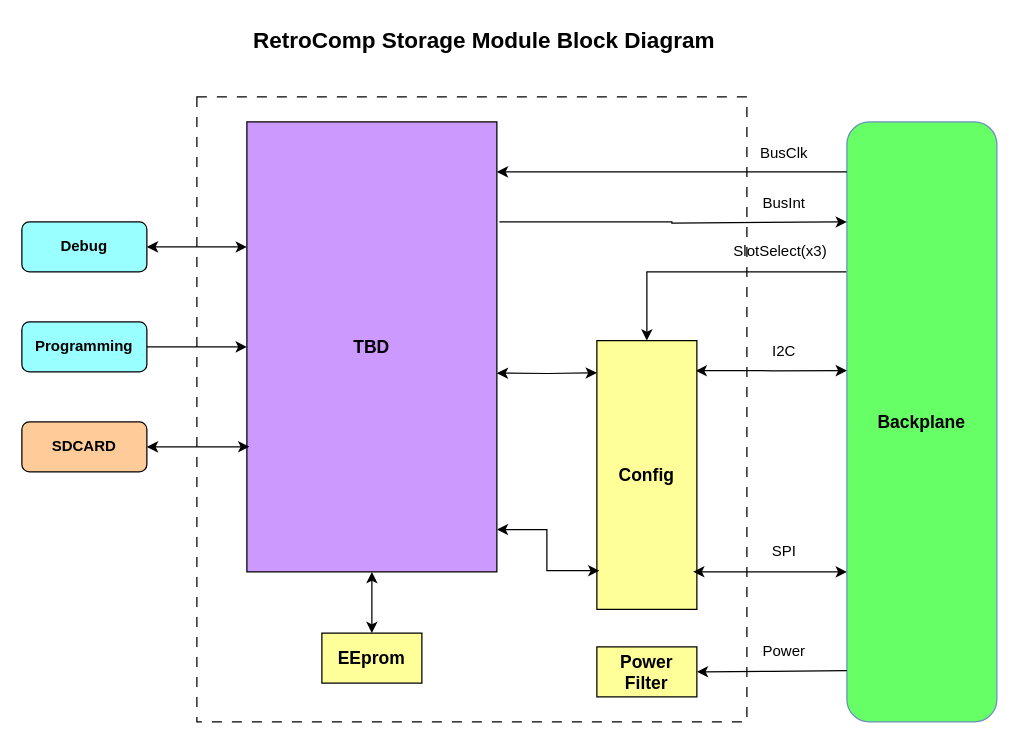
The draw.io diagram docs/RetroComp-Storage-Block-Diagram.drawio in dervish77/RetroComp, before the edit. Source tidied: cells renumbered, new cells numbered last; positions are measured from the earlier drawing's top-left corner, leaving out a move shared by most shapes. Both pictures are drawn from the tidied source at 125%, with x=0, y=0 at pixel (21, 21).
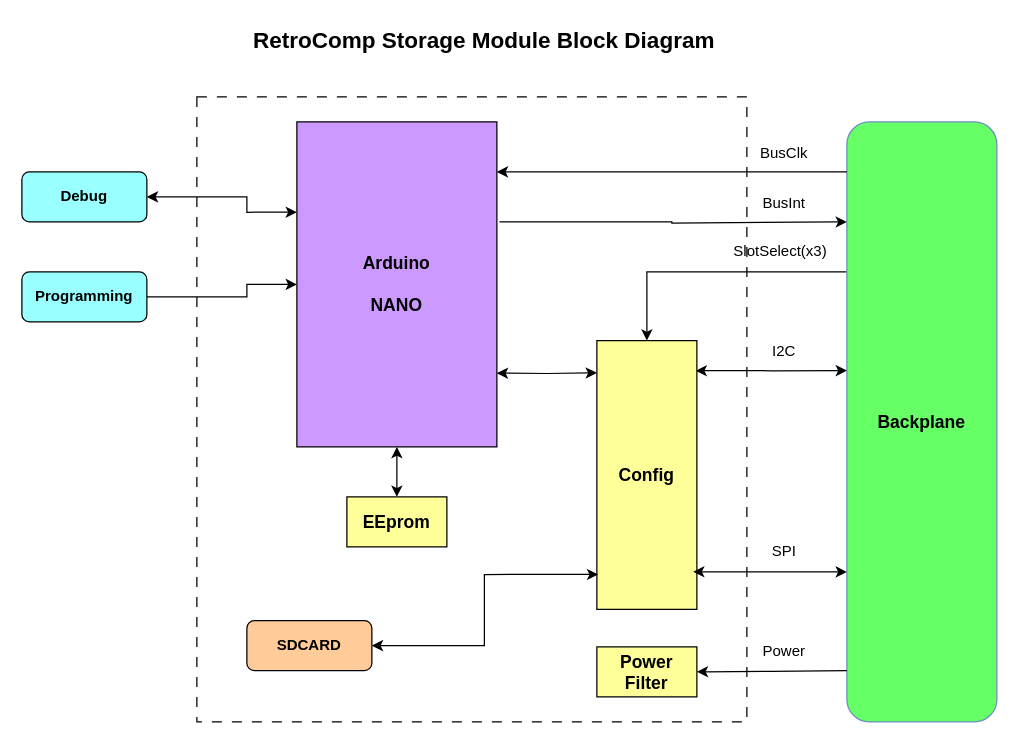
After the change.

Commit message (it also covers changes not shown here):
modified diagrams to reflect using arduino nano instead of uno

Unchanged cells that the change refers to:
```xml
<mxCell id="26" value="&lt;span style=&quot;font-size: 14px;&quot;&gt;&lt;b&gt;Config&lt;/b&gt;&lt;/span&gt;" style="rounded=0;whiteSpace=wrap;html=1;fillColor=#FFFF99;" parent="1" vertex="1">
  <mxGeometry x="460" y="255" width="80" height="215" as="geometry" />
</mxCell>
```

Diff of the diagram source:
```diff
@@
     <mxCell id="5" value="&lt;b&gt;Debug&lt;/b&gt;" style="rounded=1;whiteSpace=wrap;html=1;fillColor=#99FFFF;" parent="1" vertex="1">
-      <mxGeometry y="160" width="100" height="40" as="geometry" />
+      <mxGeometry y="120" width="100" height="40" as="geometry" />
     </mxCell>
@@
-    <mxCell id="7" value="&lt;span style=&quot;font-size: 14px;&quot;&gt;&lt;b&gt;TBD&lt;/b&gt;&lt;/span&gt;" style="rounded=0;whiteSpace=wrap;html=1;fillColor=#CC99FF;" parent="1" vertex="1">
-      <mxGeometry x="180" y="80" width="200" height="360" as="geometry" />
+    <mxCell id="7" value="&lt;span style=&quot;font-size: 14px;&quot;&gt;&lt;b&gt;Arduino&lt;/b&gt;&lt;/span&gt;&lt;div&gt;&lt;span style=&quot;font-size: 14px;&quot;&gt;&lt;b&gt;&lt;br&gt;&lt;/b&gt;&lt;/span&gt;&lt;/div&gt;&lt;div&gt;&lt;span style=&quot;font-size: 14px;&quot;&gt;&lt;b&gt;NANO&lt;/b&gt;&lt;/span&gt;&lt;/div&gt;" style="rounded=0;whiteSpace=wrap;html=1;fillColor=#CC99FF;" parent="1" vertex="1">
+      <mxGeometry x="220" y="80" width="160" height="260" as="geometry" />
     </mxCell>
@@
     <mxCell id="18" style="edgeStyle=orthogonalEdgeStyle;rounded=0;jettySize=auto;html=1;exitX=1;exitY=0.5;exitDx=0;exitDy=0;entryX=0;entryY=0.5;entryDx=0;entryDy=0;" parent="1" edge="1" source="19" target="7">
-      <mxGeometry relative="1" as="geometry" />
+      <mxGeometry relative="1" as="geometry">
+        <Array as="points">
+          <mxPoint x="180" y="220" />
+        </Array>
+      </mxGeometry>
     </mxCell>
     <mxCell id="19" value="&lt;b&gt;Programming&lt;/b&gt;" style="rounded=1;whiteSpace=wrap;html=1;fillColor=#99FFFF;" parent="1" vertex="1">
-      <mxGeometry y="240" width="100" height="40" as="geometry" />
+      <mxGeometry y="200" width="100" height="40" as="geometry" />
     </mxCell>
@@
     <mxCell id="22" value="&lt;b&gt;SDCARD&lt;/b&gt;" style="rounded=1;whiteSpace=wrap;html=1;fillColor=#FFCC99;" parent="1" vertex="1">
-      <mxGeometry y="320" width="100" height="40" as="geometry" />
+      <mxGeometry x="180" y="479" width="100" height="40" as="geometry" />
     </mxCell>
     <mxCell id="23" value="&lt;div&gt;&lt;span style=&quot;font-size: 14px;&quot;&gt;&lt;b&gt;EEprom&lt;/b&gt;&lt;/span&gt;&lt;/div&gt;" style="rounded=0;whiteSpace=wrap;html=1;fillColor=#FFFF99;" parent="1" vertex="1">
-      <mxGeometry x="240" y="489" width="80" height="40" as="geometry" />
+      <mxGeometry x="260" y="380" width="80" height="40" as="geometry" />
     </mxCell>
-    <mxCell id="24" style="edgeStyle=orthogonalEdgeStyle;rounded=0;jettySize=auto;html=1;exitX=1;exitY=0.5;exitDx=0;exitDy=0;entryX=0.01;entryY=0.722;entryDx=0;entryDy=0;entryPerimeter=0;startArrow=classic;startFill=1;" parent="1" edge="1" source="22" target="7">
-      <mxGeometry relative="1" as="geometry" />
-    </mxCell>
     <mxCell id="25" style="edgeStyle=orthogonalEdgeStyle;rounded=0;jettySize=auto;html=1;exitX=1;exitY=0.5;exitDx=0;exitDy=0;entryX=0;entryY=0.278;entryDx=0;entryDy=0;entryPerimeter=0;startArrow=classic;startFill=1;" parent="1" edge="1" source="5" target="7">
-      <mxGeometry relative="1" as="geometry" />
+      <mxGeometry relative="1" as="geometry">
+        <Array as="points">
+          <mxPoint x="180" y="140" />
+        </Array>
+      </mxGeometry>
     </mxCell>
@@
-    <mxCell id="29" style="edgeStyle=orthogonalEdgeStyle;rounded=0;jettySize=auto;html=1;exitX=0.025;exitY=0.856;exitDx=0;exitDy=0;entryX=1;entryY=0.906;entryDx=0;entryDy=0;entryPerimeter=0;startArrow=classic;startFill=1;exitPerimeter=0;" parent="1" edge="1" source="26" target="7">
-      <mxGeometry relative="1" as="geometry" />
-    </mxCell>
+    <mxCell id="30" style="edgeStyle=orthogonalEdgeStyle;rounded=0;jettySize=auto;html=1;exitX=1;exitY=0.5;exitDx=0;exitDy=0;entryX=0.013;entryY=0.87;entryDx=0;entryDy=0;entryPerimeter=0;startArrow=classic;startFill=1;" parent="1" edge="1" source="22" target="26">
+      <mxGeometry relative="1" as="geometry" />
+    </mxCell>
```
